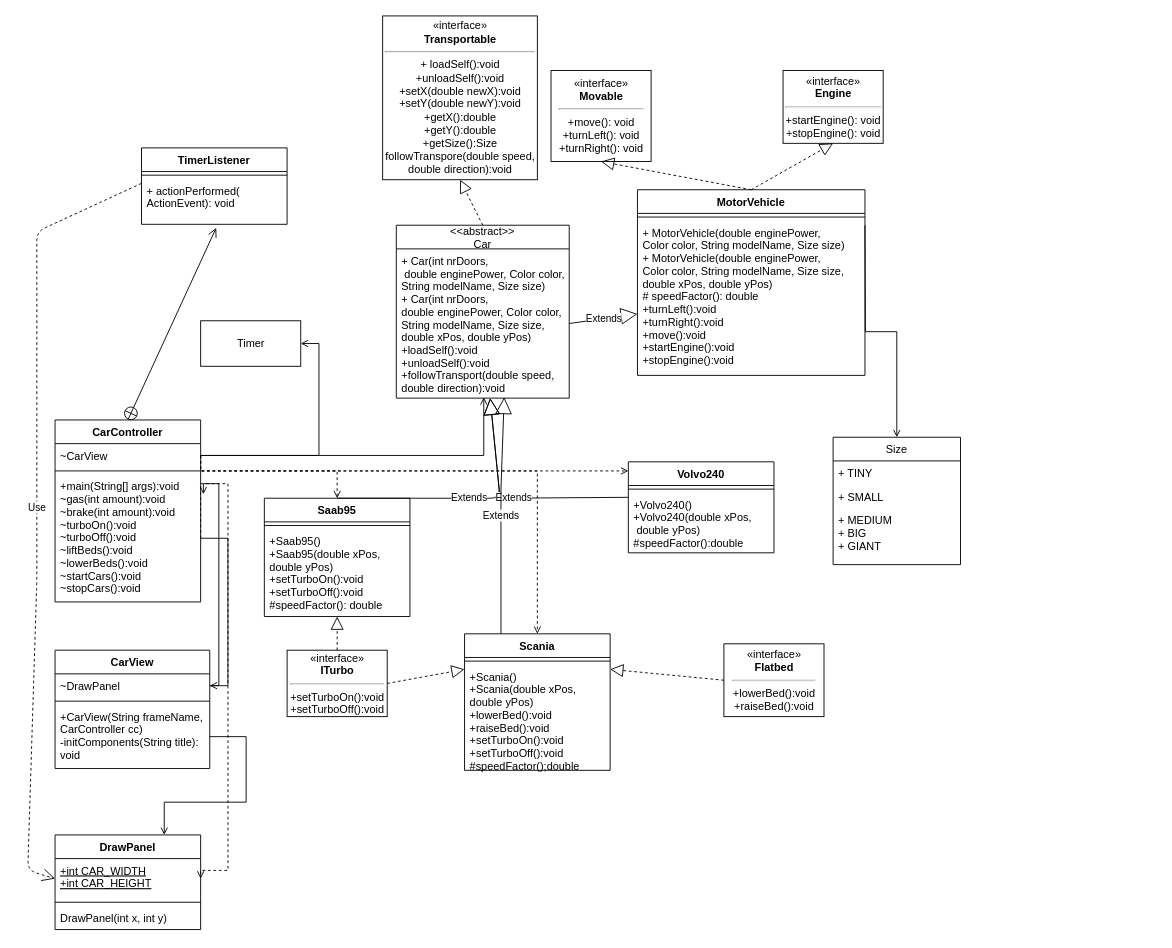
Before: Labb2 (1).drawio in FHanberg/Labb-2-Del-B, a draw.io diagram. Source tidied: cells renumbered, new cells numbered last; positions are measured from the earlier drawing's top-left corner, leaving out a move shared by most shapes. Both pictures are drawn from the tidied source at 91%, with x=0, y=0 at pixel (27, 15).
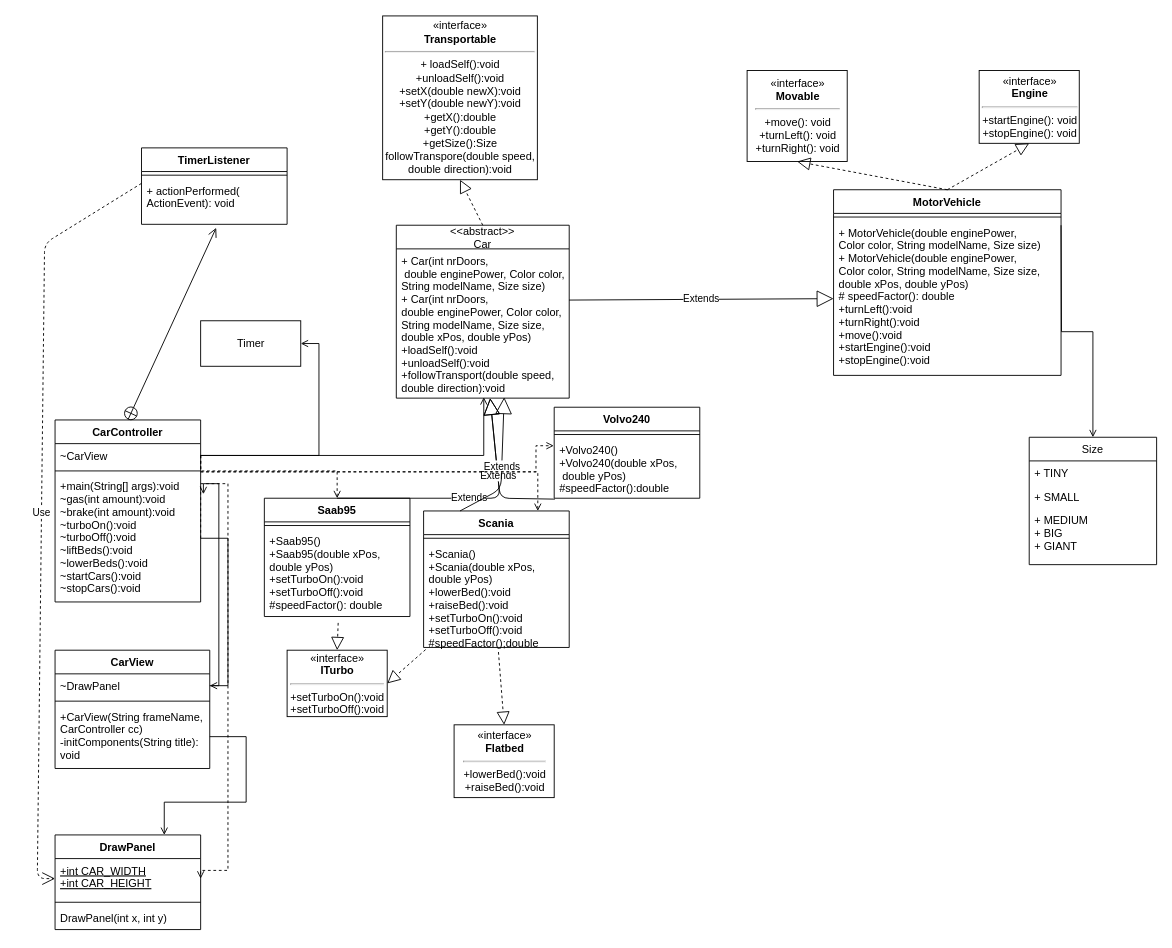
Above is the later version.

The change refers to these unchanged cells:
```xml
<mxCell id="3" value="+ Car(int nrDoors,&#10; double enginePower, Color color, &#10;String modelName, Size size)&#10;+ Car(int nrDoors, &#10;double enginePower, Color color, &#10;String modelName, Size size,&#10;double xPos, double yPos)&#10;+loadSelf():void&#10;+unloadSelf():void&#10;+followTransport(double speed,&#10;double direction):void" style="text;strokeColor=none;fillColor=none;align=left;verticalAlign=top;spacingLeft=4;spacingRight=4;overflow=hidden;points=[[0,0.5],[1,0.5]];portConstraint=eastwest;" parent="2" vertex="1">
  <mxGeometry y="26" width="190" height="164" as="geometry" />
</mxCell>
<mxCell id="5" value="«interface»&lt;br&gt;&lt;b&gt;ITurbo&lt;br&gt;&lt;/b&gt;&lt;hr&gt;+setTurboOn():void&lt;br&gt;+setTurboOff():void" style="html=1;" parent="1" vertex="1">
  <mxGeometry x="285" y="697" width="110" height="73" as="geometry" />
</mxCell>
<mxCell id="12" value="+ MotorVehicle(double enginePower,&#10;Color color, String modelName, Size size)&#10;+ MotorVehicle(double enginePower,&#10;Color color, String modelName, Size size,&#10;double xPos, double yPos)&#10;# speedFactor(): double&#10;+turnLeft():void&#10;+turnRight():void&#10;+move():void&#10;+startEngine():void&#10;+stopEngine():void" style="text;strokeColor=none;fillColor=none;align=left;verticalAlign=top;spacingLeft=4;spacingRight=4;overflow=hidden;points=[[0,0.5],[1,0.5]];portConstraint=eastwest;" parent="10" vertex="1">
  <mxGeometry y="34" width="250" height="170" as="geometry" />
</mxCell>
<mxCell id="15" value="Saab95" style="swimlane;fontStyle=1;align=center;verticalAlign=top;horizontal=1;startSize=26;" parent="1" vertex="1">
  <mxGeometry x="260" y="530" width="160" height="130" as="geometry" />
</mxCell>
<mxCell id="17" value="+Saab95()&#10;+Saab95(double xPos, &#10;double yPos)&#10;+setTurboOn():void&#10;+setTurboOff():void&#10;#speedFactor(): double" style="text;strokeColor=none;fillColor=none;align=left;verticalAlign=top;spacingLeft=4;spacingRight=4;overflow=hidden;points=[[0,0.5],[1,0.5]];portConstraint=eastwest;" parent="15" vertex="1">
  <mxGeometry y="34" width="160" height="96" as="geometry" />
</mxCell>
<mxCell id="22" value="+Volvo240()&#10;+Volvo240(double xPos,&#10; double yPos)&#10;#speedFactor():double" style="text;strokeColor=none;fillColor=none;align=left;verticalAlign=top;spacingLeft=4;spacingRight=4;overflow=hidden;points=[[0,0.5],[1,0.5]];portConstraint=eastwest;" parent="20" vertex="1">
  <mxGeometry y="34" width="160" height="66" as="geometry" />
</mxCell>
<mxCell id="25" value="+Scania()&#10;+Scania(double xPos, &#10;double yPos)&#10;+lowerBed():void&#10;+raiseBed():void&#10;+setTurboOn():void&#10;+setTurboOff():void&#10;#speedFactor();double" style="text;strokeColor=none;fillColor=none;align=left;verticalAlign=top;spacingLeft=4;spacingRight=4;overflow=hidden;points=[[0,0.5],[1,0.5]];portConstraint=eastwest;" parent="23" vertex="1">
  <mxGeometry y="34" width="160" height="116" as="geometry" />
</mxCell>
<mxCell id="42" value="~CarView" style="text;strokeColor=none;fillColor=none;align=left;verticalAlign=top;spacingLeft=4;spacingRight=4;overflow=hidden;points=[[0,0.5],[1,0.5]];portConstraint=eastwest;" parent="41" vertex="1">
  <mxGeometry y="26" width="160" height="26" as="geometry" />
</mxCell>
<mxCell id="53" value="+int CAR_WIDTH&#10;+int CAR_HEIGHT" style="text;strokeColor=none;fillColor=none;align=left;verticalAlign=top;spacingLeft=4;spacingRight=4;overflow=hidden;points=[[0,0.5],[1,0.5]];portConstraint=eastwest;fontStyle=4;" parent="52" vertex="1">
  <mxGeometry y="26" width="160" height="44" as="geometry" />
</mxCell>
```

What changed in the source:
```diff
@@
     <mxCell id="6" value="«interface»&lt;br&gt;&lt;b&gt;Flatbed&lt;br&gt;&lt;/b&gt;&lt;hr&gt;+lowerBed():void&lt;br&gt;+raiseBed():void" style="html=1;" parent="1" vertex="1">
-      <mxGeometry x="765" y="690" width="110" height="80" as="geometry" />
+      <mxGeometry x="468.5" y="779" width="110" height="80" as="geometry" />
     </mxCell>
     <mxCell id="7" value="«interface»&lt;br&gt;&lt;b&gt;Engine&lt;br&gt;&lt;/b&gt;&lt;hr&gt;+startEngine(): void&lt;br&gt;+stopEngine(): void" style="html=1;" parent="1" vertex="1">
-      <mxGeometry x="830" y="60" width="110" height="80" as="geometry" />
+      <mxGeometry x="1045.5" y="60" width="110" height="80" as="geometry" />
     </mxCell>
     <mxCell id="8" value="«interface»&lt;br&gt;&lt;b&gt;Movable&lt;br&gt;&lt;/b&gt;&lt;hr&gt;+move(): void&lt;br&gt;+turnLeft(): void&lt;br&gt;+turnRight(): void" style="html=1;" parent="1" vertex="1">
-      <mxGeometry x="575" y="60" width="110" height="100" as="geometry" />
+      <mxGeometry x="790.5" y="60" width="110" height="100" as="geometry" />
     </mxCell>
@@
     <mxCell id="10" value="MotorVehicle" style="swimlane;fontStyle=1;align=center;verticalAlign=top;horizontal=1;startSize=26;" parent="1" vertex="1">
-      <mxGeometry x="670" y="191" width="250" height="204" as="geometry" />
+      <mxGeometry x="885.5" y="191" width="250" height="204" as="geometry" />
     </mxCell>
@@
-    <mxCell id="14" value="Extends" style="endArrow=block;endSize=16;endFill=0;html=1;exitX=1;exitY=0.5;exitDx=0;exitDy=0;" parent="1" edge="1" source="3" target="12">
+    <mxCell id="14" value="Extends" style="endArrow=block;endSize=16;endFill=0;html=1;exitX=0.999;exitY=0.343;exitDx=0;exitDy=0;exitPerimeter=0;" parent="1" edge="1" source="3" target="12">
       <mxGeometry relative="1" as="geometry" />
     </mxCell>
@@
     <mxCell id="20" value="Volvo240" style="swimlane;fontStyle=1;align=center;verticalAlign=top;horizontal=1;startSize=26;" parent="1" vertex="1">
-      <mxGeometry x="660" y="490" width="160" height="100" as="geometry" />
+      <mxGeometry x="578.5" y="430" width="160" height="100" as="geometry" />
     </mxCell>
@@
     <mxCell id="23" value="Scania" style="swimlane;fontStyle=1;align=center;verticalAlign=top;horizontal=1;startSize=26;" parent="1" vertex="1">
-      <mxGeometry x="480" y="679" width="160" height="150" as="geometry" />
+      <mxGeometry x="435" y="544" width="160" height="150" as="geometry" />
     </mxCell>
@@
-    <mxCell id="26" value="Extends" style="endArrow=block;endSize=16;endFill=0;html=1;exitX=0;exitY=0.5;exitDx=0;exitDy=0;" parent="1" edge="1" target="3">
+    <mxCell id="26" value="Extends" style="endArrow=block;endSize=16;endFill=0;html=1;exitX=0.005;exitY=1.015;exitDx=0;exitDy=0;exitPerimeter=0;" parent="1" edge="1" source="22" target="3">
       <mxGeometry relative="1" as="geometry">
-        <mxPoint x="660" y="529" as="sourcePoint" />
         <Array as="points">
           <mxPoint x="519" y="530" />
         </Array>
       </mxGeometry>
     </mxCell>
@@
-    <mxCell id="28" style="endArrow=block;dashed=1;endFill=0;endSize=12;html=1;exitX=0.5;exitY=0;exitDx=0;exitDy=0;" parent="1" edge="1" source="5" target="15">
+    <mxCell id="28" style="endArrow=block;dashed=1;endFill=0;endSize=12;html=1;exitX=0.507;exitY=1.073;exitDx=0;exitDy=0;exitPerimeter=0;entryX=0.5;entryY=0;entryDx=0;entryDy=0;" parent="1" edge="1" source="17" target="5">
       <mxGeometry relative="1" as="geometry" />
     </mxCell>
-    <mxCell id="29" style="endArrow=block;dashed=1;endFill=0;endSize=12;html=1;exitX=1;exitY=0.5;exitDx=0;exitDy=0;" parent="1" edge="1" source="5">
-      <mxGeometry relative="1" as="geometry">
-        <mxPoint x="480" y="718" as="targetPoint" />
-      </mxGeometry>
+    <mxCell id="29" style="endArrow=block;dashed=1;endFill=0;endSize=12;html=1;exitX=0.014;exitY=1.02;exitDx=0;exitDy=0;exitPerimeter=0;entryX=1;entryY=0.5;entryDx=0;entryDy=0;" parent="1" edge="1" source="25" target="5">
+      <mxGeometry relative="1" as="geometry" />
     </mxCell>
-    <mxCell id="30" style="endArrow=block;dashed=1;endFill=0;endSize=12;html=1;exitX=0;exitY=0.5;exitDx=0;exitDy=0;entryX=1;entryY=0.5;entryDx=0;entryDy=0;" parent="1" edge="1" source="6">
-      <mxGeometry relative="1" as="geometry">
-        <mxPoint x="640" y="718" as="targetPoint" />
-      </mxGeometry>
+    <mxCell id="30" style="endArrow=block;dashed=1;endFill=0;endSize=12;html=1;exitX=0.514;exitY=1.043;exitDx=0;exitDy=0;exitPerimeter=0;entryX=0.5;entryY=0;entryDx=0;entryDy=0;" parent="1" edge="1" source="25" target="6">
+      <mxGeometry relative="1" as="geometry" />
     </mxCell>
     <mxCell id="31" value="Size" style="swimlane;fontStyle=0;horizontal=1;startSize=26;fillColor=none;" parent="1" vertex="1">
-      <mxGeometry x="885" y="463" width="140" height="140" as="geometry" />
+      <mxGeometry x="1100.5" y="463" width="140" height="140" as="geometry" />
     </mxCell>
@@
     <mxCell id="35" style="edgeStyle=orthogonalEdgeStyle;rounded=0;jettySize=auto;html=1;exitX=1;exitY=0.5;exitDx=0;exitDy=0;entryX=0.5;entryY=0;entryDx=0;entryDy=0;endArrow=open;endFill=0;" parent="1" edge="1" target="31">
       <mxGeometry relative="1" as="geometry">
-        <mxPoint x="920" y="230" as="sourcePoint" />
+        <mxPoint x="1135.5" y="230" as="sourcePoint" />
       </mxGeometry>
     </mxCell>
@@
-    <mxCell id="49" style="edgeStyle=orthogonalEdgeStyle;rounded=0;jettySize=auto;html=1;exitX=1;exitY=0.5;exitDx=0;exitDy=0;entryX=0.5;entryY=0;entryDx=0;entryDy=0;dashed=1;endArrow=open;endFill=0;" parent="1" edge="1" source="42" target="23">
+    <mxCell id="49" style="edgeStyle=orthogonalEdgeStyle;rounded=0;jettySize=auto;html=1;exitX=1;exitY=0.5;exitDx=0;exitDy=0;dashed=1;endArrow=open;endFill=0;" parent="1" edge="1" source="42">
       <mxGeometry relative="1" as="geometry">
+        <mxPoint x="560.5" y="544" as="targetPoint" />
         <Array as="points">
-          <mxPoint x="190" y="500" />
-          <mxPoint x="560" y="500" />
+          <mxPoint x="190.5" y="501" />
+          <mxPoint x="560.5" y="501" />
+          <mxPoint x="560.5" y="544" />
         </Array>
       </mxGeometry>
     </mxCell>
-    <mxCell id="50" style="edgeStyle=orthogonalEdgeStyle;rounded=0;jettySize=auto;html=1;exitX=1;exitY=0.5;exitDx=0;exitDy=0;dashed=1;endArrow=open;endFill=0;" parent="1" edge="1" source="42" target="20">
+    <mxCell id="50" style="edgeStyle=orthogonalEdgeStyle;rounded=0;jettySize=auto;html=1;exitX=1;exitY=0.5;exitDx=0;exitDy=0;dashed=1;endArrow=open;endFill=0;entryX=-0.003;entryY=0.126;entryDx=0;entryDy=0;entryPerimeter=0;" parent="1" edge="1" source="42" target="22">
       <mxGeometry relative="1" as="geometry">
         <Array as="points">
-          <mxPoint x="190" y="500" />
-          <mxPoint x="780" y="500" />
+          <mxPoint x="189.5" y="501" />
+          <mxPoint x="558.5" y="501" />
+          <mxPoint x="558.5" y="472" />
         </Array>
       </mxGeometry>
     </mxCell>
@@
     <mxCell id="62" value="Use" style="endArrow=open;endSize=12;dashed=1;html=1;exitX=0;exitY=0.5;exitDx=0;exitDy=0;entryX=0;entryY=0.5;entryDx=0;entryDy=0;" parent="1" edge="1" target="53">
       <mxGeometry relative="1" as="geometry">
         <mxPoint x="125" y="184" as="sourcePoint" />
         <Array as="points">
-          <mxPoint x="10" y="237" />
-          <mxPoint x="10" y="620" />
-          <mxPoint y="939" />
+          <mxPoint x="18.5" y="250" />
+          <mxPoint x="10.5" y="948" />
         </Array>
       </mxGeometry>
     </mxCell>
```
